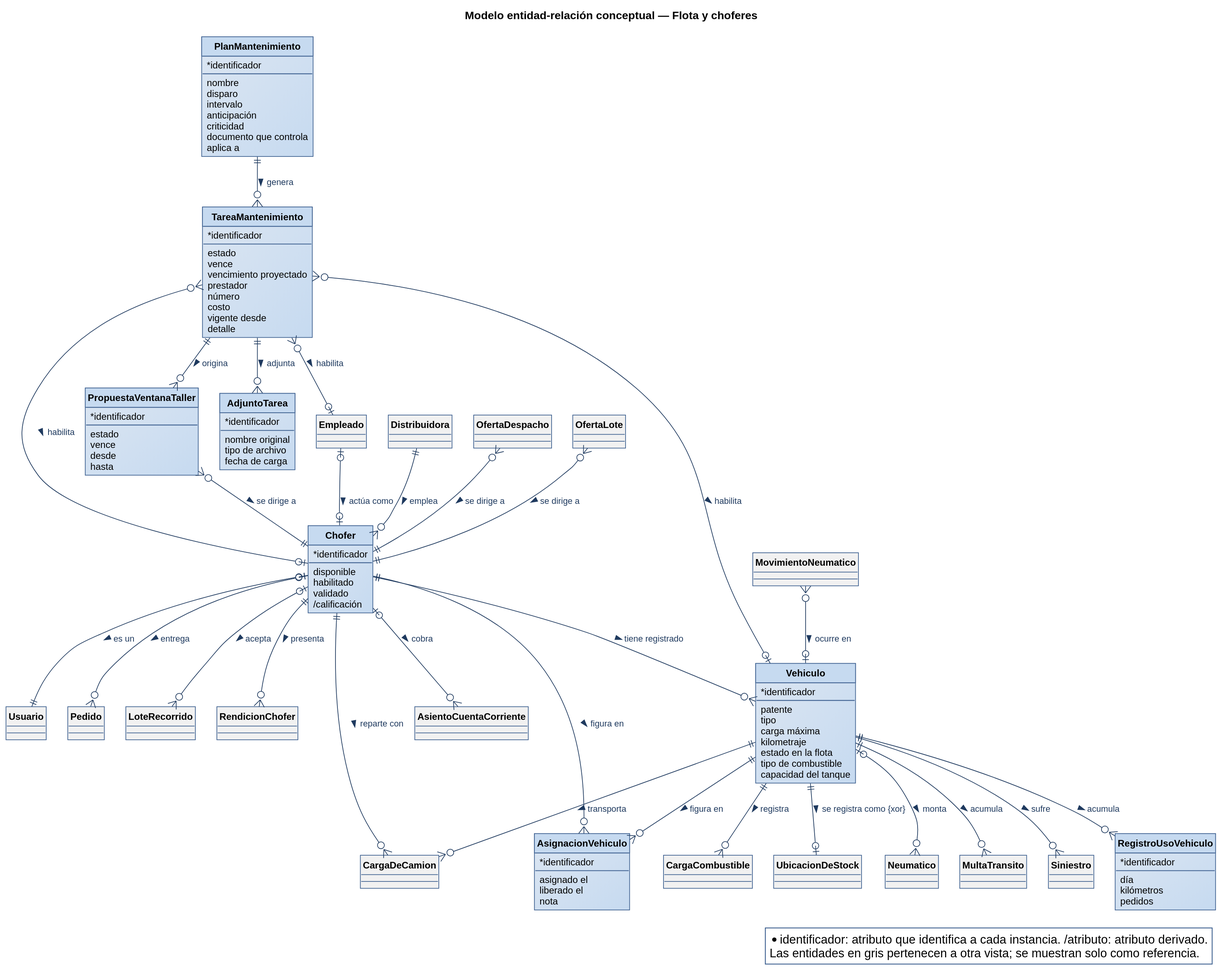
Nahuelito-Dev/splg-docs keeps this PlantUML diagram as diagramas/base-de-datos/conceptual/SPLG-der-04-flota-y-choferes.svg. Above is the earlier version.
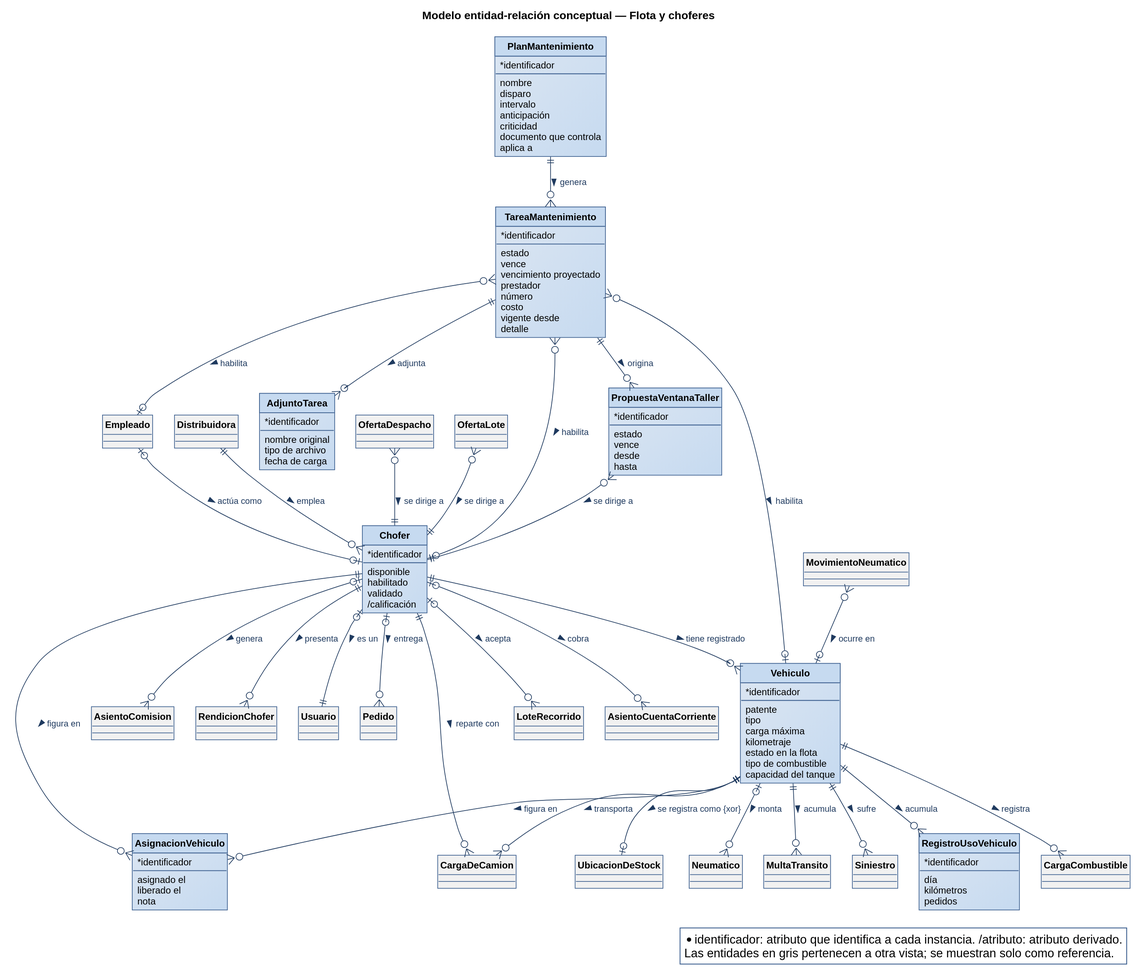
After the commit.

Diff of the diagram source:
```diff
@@ -111,7 +111,7 @@
 }
 entity Siniestro #F1F1F1 {
 }
-entity RendicionChofer #F1F1F1 {
+entity AsientoCuentaCorriente #F1F1F1 {
 }
 entity OfertaDespacho #F1F1F1 {
 }
@@ -121,7 +121,9 @@
 }
 entity CargaDeCamion #F1F1F1 {
 }
-entity AsientoCuentaCorriente #F1F1F1 {
+entity AsientoComision #F1F1F1 {
+}
+entity RendicionChofer #F1F1F1 {
 }
 
 Chofer ||--o{ Vehiculo : tiene registrado >
@@ -130,8 +132,8 @@
 Vehiculo ||--o{ CargaCombustible : registra >
 TareaMantenimiento }o--o| Vehiculo : habilita >
 TareaMantenimiento }o--o| Chofer : habilita >
+TareaMantenimiento }o--o| Empleado : habilita >
 PlanMantenimiento ||--o{ TareaMantenimiento : genera >
-TareaMantenimiento }o--o| Empleado : habilita >
 Chofer |o--o{ Pedido : entrega >
 Chofer |o--o{ LoteRecorrido : acepta >
 Vehiculo ||--o| UbicacionDeStock : se registra como {xor} >
@@ -141,7 +143,7 @@
 Vehiculo ||--o{ AsignacionVehiculo : figura en >
 Chofer ||--o{ AsignacionVehiculo : figura en >
 Vehiculo ||--o{ RegistroUsoVehiculo : acumula >
-Chofer ||--o{ RendicionChofer : presenta >
+Chofer |o--o{ AsientoCuentaCorriente : cobra >
 TareaMantenimiento ||--o{ AdjuntoTarea : adjunta >
 PropuestaVentanaTaller }o--|| Chofer : se dirige a >
 TareaMantenimiento ||--o{ PropuestaVentanaTaller : origina >
@@ -150,7 +152,8 @@
 MovimientoNeumatico }o--o| Vehiculo : ocurre en >
 Vehiculo ||--o{ CargaDeCamion : transporta >
 Chofer ||--o{ CargaDeCamion : reparte con >
-Chofer |o--o{ AsientoCuentaCorriente : cobra >
+Chofer |o--o{ AsientoComision : genera >
+Chofer ||--o{ RendicionChofer : presenta >
 Empleado |o--o| Chofer : actúa como >
 
 legend bottom right
```
